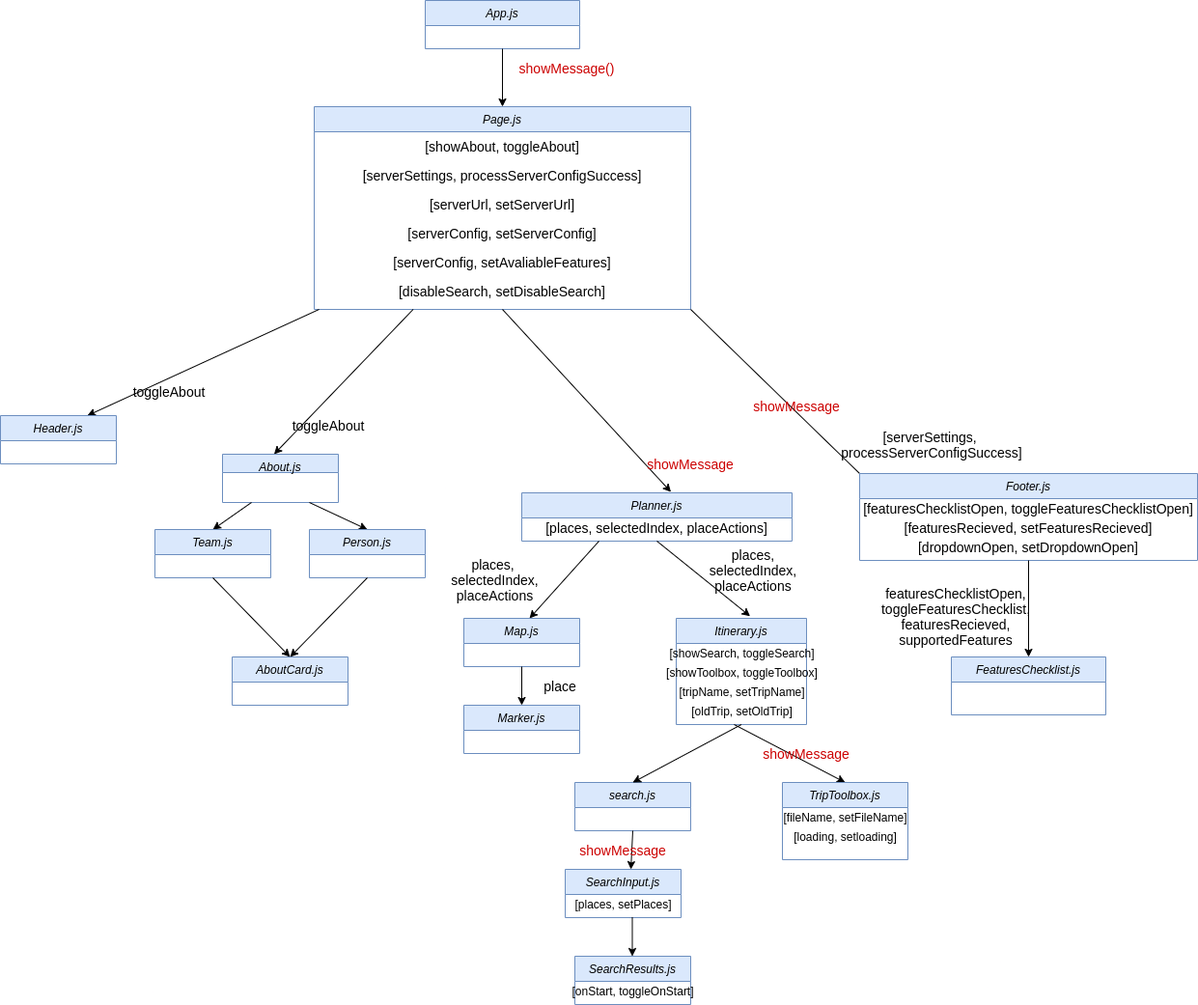
This is reports/images/ClientComponentDiagramSP4.png from tmanbarton/cs314Project, a draw.io export, as it was before one commit. Source tidied: cells renumbered, new cells last; positions are measured from the earlier drawing's top-left corner, leaving out a move shared by most shapes.
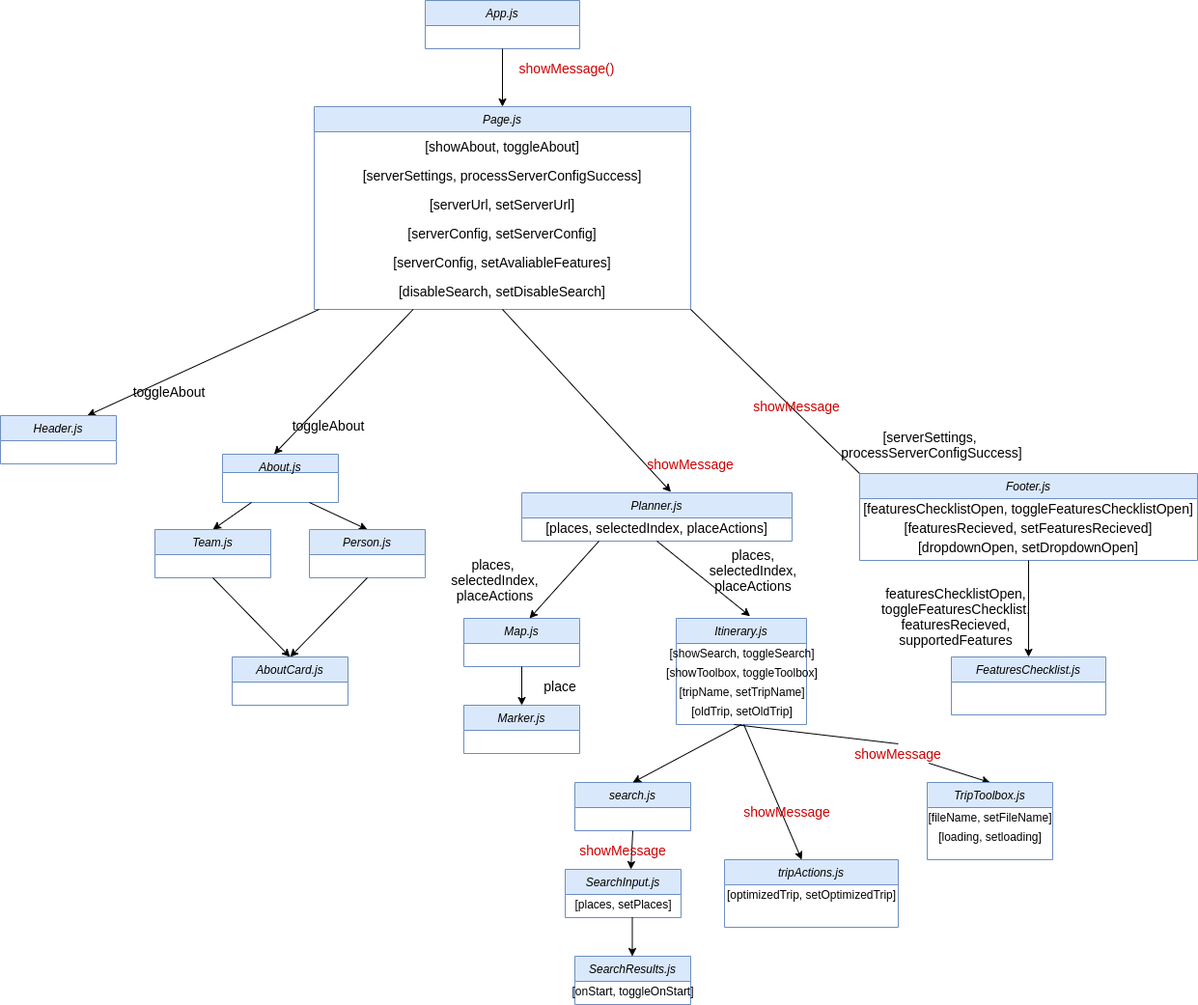
Later version of the same file.

Commit message:
Modified client diagram for new changes

What changed in the source:
```diff
@@ -188,13 +188,11 @@
     <mxCell id="60" style="endArrow=classic;html=1;entryX=0.5;entryY=0;entryDx=0;entryDy=0;exitX=0.5;exitY=1;exitDx=0;exitDy=0;" parent="1" edge="1" source="32" target="51">
       <mxGeometry relative="1" as="geometry" />
     </mxCell>
-    <mxCell id="61" style="endArrow=classic;html=1;startArrow=none;entryX=0.5;entryY=0;entryDx=0;entryDy=0;" parent="1" edge="1" target="62">
-      <mxGeometry relative="1" as="geometry">
-        <mxPoint x="760" y="750" as="sourcePoint" />
-      </mxGeometry>
+    <mxCell id="61" style="endArrow=classic;html=1;startArrow=none;entryX=0.5;entryY=0;entryDx=0;entryDy=0;" parent="1" edge="1" source="65" target="62">
+      <mxGeometry relative="1" as="geometry" />
     </mxCell>
     <mxCell id="62" value="TripToolbox.js" style="swimlane;fontStyle=2;align=center;verticalAlign=top;horizontal=1;startSize=26;rounded=0;shadow=0;strokeWidth=1;fillColor=#dae8fc;strokeColor=#6c8ebf;" parent="1" vertex="1">
-      <mxGeometry x="810" y="810" width="130" height="80" as="geometry" />
+      <mxGeometry x="960" y="810" width="130" height="80" as="geometry" />
     </mxCell>
     <mxCell id="63" value="[fileName, setFileName]" style="text;html=1;align=center;verticalAlign=middle;strokeColor=none;fillColor=none;" parent="62" vertex="1">
       <mxGeometry y="26" width="130" height="20" as="geometry" />
@@ -203,7 +201,27 @@
       <mxGeometry y="46" width="130" height="20" as="geometry" />
     </mxCell>
     <mxCell id="65" value="&lt;span style=&quot;color: rgb(204 , 0 , 0)&quot;&gt;showMessage&lt;/span&gt;" style="text;html=1;strokeColor=none;fillColor=none;align=center;verticalAlign=middle;whiteSpace=wrap;rounded=0;fontSize=14;fontColor=#FF0000;" parent="1" vertex="1">
-      <mxGeometry x="780" y="770" width="110" height="20" as="geometry" />
+      <mxGeometry x="875" y="770" width="110" height="20" as="geometry" />
     </mxCell>
+    <mxCell id="66" style="endArrow=none;html=1;startArrow=none;entryX=0.5;entryY=0;entryDx=0;entryDy=0;" parent="1" edge="1" target="65">
+      <mxGeometry relative="1" as="geometry">
+        <mxPoint x="760" y="750" as="sourcePoint" />
+      </mxGeometry>
+    </mxCell>
+    <mxCell id="67" style="endArrow=classic;html=1;rounded=0;" parent="1" edge="1">
+      <mxGeometry relative="1" as="geometry">
+        <mxPoint x="770" y="750" as="sourcePoint" />
+        <mxPoint x="830" y="890" as="targetPoint" />
+      </mxGeometry>
+    </mxCell>
+    <mxCell id="68" value="tripActions.js" style="swimlane;fontStyle=2;align=center;verticalAlign=top;horizontal=1;startSize=26;rounded=0;shadow=0;strokeWidth=1;fillColor=#dae8fc;strokeColor=#6c8ebf;" parent="1" vertex="1">
+      <mxGeometry x="750" y="890" width="180" height="70" as="geometry" />
+    </mxCell>
+    <mxCell id="69" value="[optimizedTrip, setOptimizedTrip]" style="text;html=1;align=center;verticalAlign=middle;strokeColor=none;fillColor=none;" parent="68" vertex="1">
+      <mxGeometry y="26" width="180" height="20" as="geometry" />
+    </mxCell>
+    <mxCell id="70" value="&lt;span style=&quot;color: rgb(204 , 0 , 0)&quot;&gt;showMessage&lt;/span&gt;" style="text;html=1;strokeColor=none;fillColor=none;align=center;verticalAlign=middle;whiteSpace=wrap;rounded=0;fontSize=14;fontColor=#FF0000;" parent="1" vertex="1">
+      <mxGeometry x="760" y="830" width="110" height="20" as="geometry" />
+    </mxCell>
   </root>
 </mxGraphModel>
```
